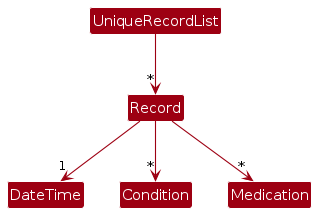
The PlantUML diagram diagrams/RecordClassDiagram.png in ryanongwx/tp, before a commit. Its source is kept beside it as diagrams/RecordClassDiagram.puml.
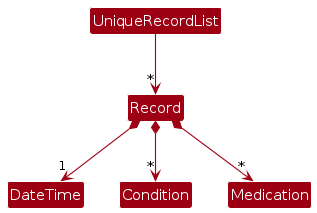
After the change.

What changed in the source:
```diff
@@ -6,7 +6,7 @@
 skinparam classBackgroundColor MODEL_COLOR
 
 UniqueRecordList -down-> "*" Record
-Record -down-> "1" DateTime
-Record -down-> "*" Condition
-Record -down-> "*" Medication
+Record *-down-> "1" DateTime
+Record *-down-> "*" Condition
+Record *-down-> "*" Medication
 @enduml
```
